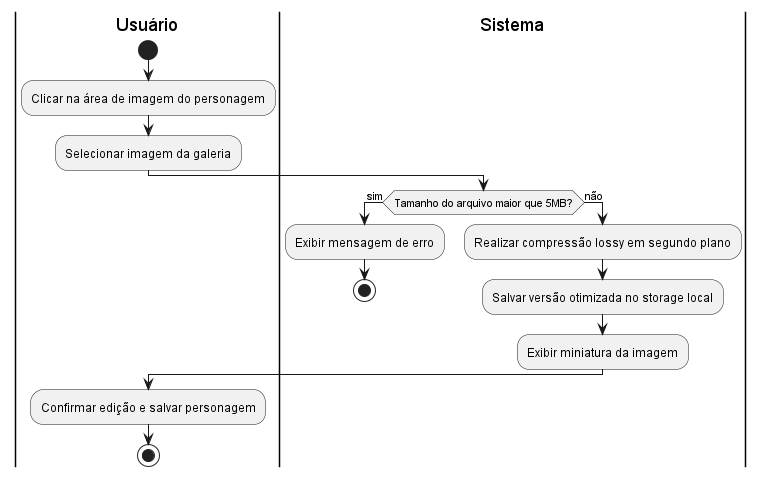
Before: docs/casosUso/imagens/diagramas_atividade/diagrama_UC08.png, a diagram exported from PlantUML (aspiringluke/Projeto-Integrado-Mobile). The source it was exported from:
```plantuml
@startuml diagrama_UC08

|Usuário|
start
:Clicar na área de imagem do personagem;
:Selecionar imagem da galeria;
|Sistema|

if (Tamanho do arquivo maior que 5MB?) then (sim)
  :Exibir mensagem de erro;
  stop
else (não)
  :Realizar compressão lossy em segundo plano;
  :Salvar versão otimizada no storage local;
  :Exibir miniatura da imagem;
endif

|Usuário|
:Confirmar edição e salvar personagem;
stop

@enduml
```
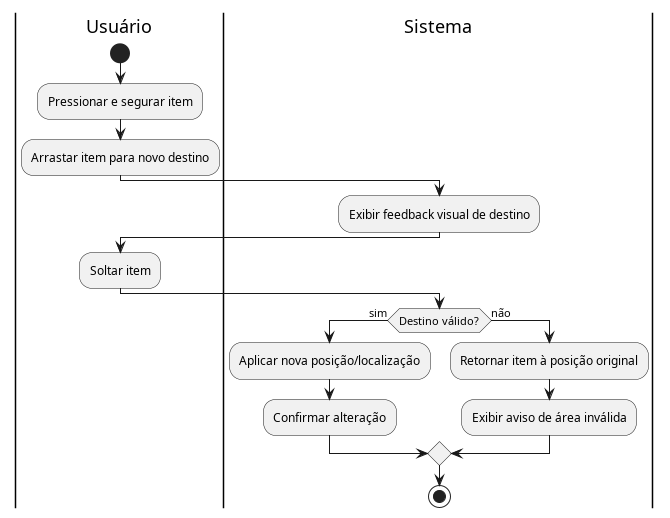
The same file after the commit.

Change to the diagram source:
```diff
@@ -2,21 +2,22 @@
 
 |Usuário|
 start
-:Clicar na área de imagem do personagem;
-:Selecionar imagem da galeria;
+:Pressionar e segurar item;
+:Arrastar item para novo destino;
+
 |Sistema|
+:Exibir feedback visual de destino;
+|Usuário|
+:Soltar item;
 
-if (Tamanho do arquivo maior que 5MB?) then (sim)
-  :Exibir mensagem de erro;
-  stop
+|Sistema|
+if (Destino válido?) then (sim)
+  :Aplicar nova posição/localização;
+  :Confirmar alteração;
 else (não)
-  :Realizar compressão lossy em segundo plano;
-  :Salvar versão otimizada no storage local;
-  :Exibir miniatura da imagem;
+  :Retornar item à posição original;
+  :Exibir aviso de área inválida;
 endif
 
-|Usuário|
-:Confirmar edição e salvar personagem;
 stop
-
 @enduml
```
